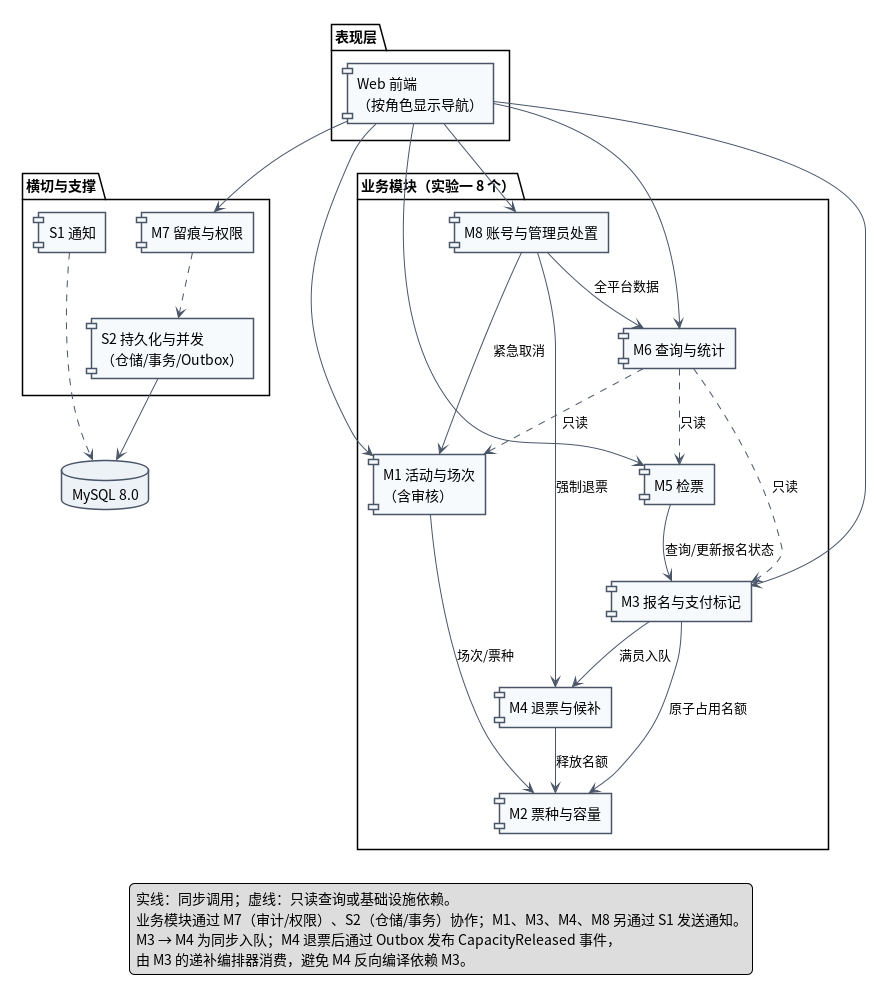
Lewis-44-China/se-lab1-requirements keeps this PlantUML diagram as lab2/UML/UML组件图.png. Above is the earlier version. Its diagram source:
```plantuml
@startuml
skinparam componentStyle rectangle
skinparam defaultFontName "Noto Sans CJK SC"
skinparam shadowing false
skinparam packageStyle rectangle
skinparam ArrowColor #4A5568
skinparam nodesep 35
skinparam ranksep 45
skinparam component {
  BackgroundColor #F7FAFC
  BorderColor #4A5568
}
skinparam database {
  BackgroundColor #EDF2F7
  BorderColor #4A5568
}

package "表现层" {
  [Web 前端\n（按角色显示导航）] as Web
}

package "业务模块（实验一 8 个）" {
  [M1 活动与场次\n（含审核）] as M1
  [M2 票种与容量] as M2
  [M3 报名与支付标记] as M3
  [M4 退票与候补] as M4
  [M5 检票] as M5
  [M6 查询与统计] as M6
  [M8 账号与管理员处置] as M8
}

package "横切与支撑" {
  [M7 留痕与权限] as M7
  [S1 通知] as S1
  [S2 持久化与并发\n（仓储/事务/Outbox）] as S2
}

database "MySQL 8.0" as DB

Web --> M1
Web --> M3
Web --> M5
Web --> M6
Web --> M7
Web --> M8

M1 --> M2 : 场次/票种
M3 --> M2 : 原子占用名额
M3 --> M4 : 满员入队
M4 --> M2 : 释放名额
M5 --> M3 : 查询/更新报名状态
M8 --> M1 : 紧急取消
M8 --> M4 : 强制退票
M8 --> M6 : 全平台数据

M6 ..> M1 : 只读
M6 ..> M3 : 只读
M6 ..> M5 : 只读

M7 ..> S2
S1 ..> DB
S2 --> DB

legend bottom
  实线：同步调用；虚线：只读查询或基础设施依赖。
  业务模块通过 M7（审计/权限）、S2（仓储/事务）协作；M1、M3、M4、M8 另通过 S1 发送通知。
  M3 → M4 为同步入队；M4 退票后通过 Outbox 发布 CapacityReleased 事件，
  由 M3 的递补编排器消费，避免 M4 反向编译依赖 M3。
endlegend

@enduml
```
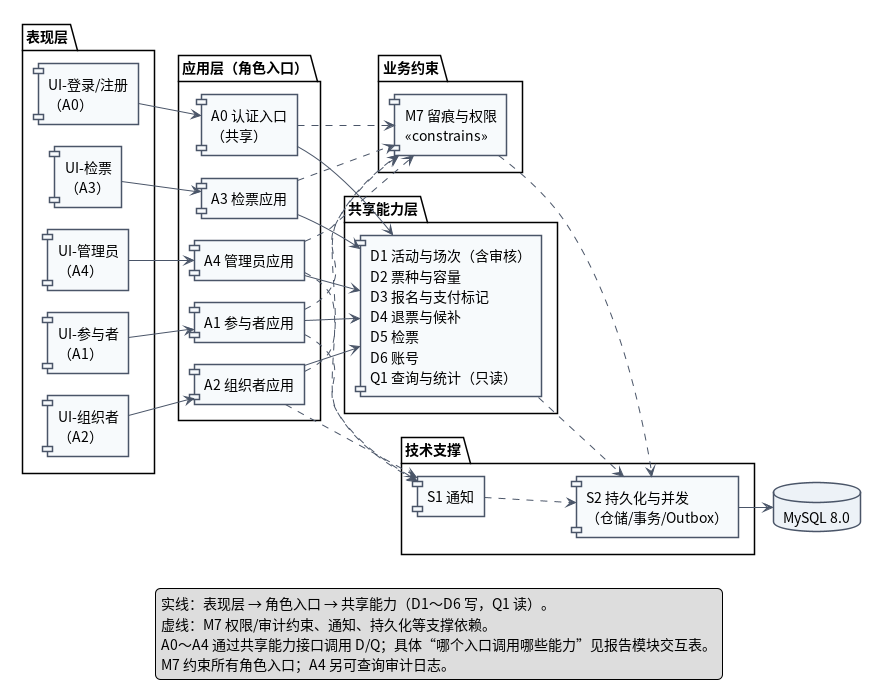
The same diagram one commit later.

Commit message:
lab2: 按角色入口与共享能力重构组件图

Change to the diagram source:
```diff
@@ -1,11 +1,12 @@
-@startuml
+@startuml UML组件图
+left to right direction
 skinparam componentStyle rectangle
 skinparam defaultFontName "Noto Sans CJK SC"
 skinparam shadowing false
 skinparam packageStyle rectangle
 skinparam ArrowColor #4A5568
-skinparam nodesep 35
-skinparam ranksep 45
+skinparam nodesep 22
+skinparam ranksep 35
 skinparam component {
   BackgroundColor #F7FAFC
   BorderColor #4A5568
@@ -16,56 +17,62 @@
 }
 
 package "表现层" {
-  [Web 前端\n（按角色显示导航）] as Web
+  [UI-登录/注册\n（A0）] as U0
+  [UI-参与者\n（A1）] as U1
+  [UI-组织者\n（A2）] as U2
+  [UI-检票\n（A3）] as U3
+  [UI-管理员\n（A4）] as U4
 }
-
-package "业务模块（实验一 8 个）" {
-  [M1 活动与场次\n（含审核）] as M1
-  [M2 票种与容量] as M2
-  [M3 报名与支付标记] as M3
-  [M4 退票与候补] as M4
-  [M5 检票] as M5
-  [M6 查询与统计] as M6
-  [M8 账号与管理员处置] as M8
+package "应用层（角色入口）" {
+  [A0 认证入口\n（共享）] as A0
+  [A1 参与者应用] as A1
+  [A2 组织者应用] as A2
+  [A3 检票应用] as A3
+  [A4 管理员应用] as A4
 }
-
-package "横切与支撑" {
-  [M7 留痕与权限] as M7
+package "业务约束" {
+  [M7 留痕与权限\n<<constrains>>] as M7
+}
+package "共享能力层" {
+  [D1 活动与场次（含审核）\nD2 票种与容量\nD3 报名与支付标记\nD4 退票与候补\nD5 检票\nD6 账号\nQ1 查询与统计（只读）] as CAP
+}
+package "技术支撑" {
   [S1 通知] as S1
   [S2 持久化与并发\n（仓储/事务/Outbox）] as S2
 }
-
 database "MySQL 8.0" as DB
 
-Web --> M1
-Web --> M3
-Web --> M5
-Web --> M6
-Web --> M7
-Web --> M8
+U0 --> A0
+U1 --> A1
+U2 --> A2
+U3 --> A3
+U4 --> A4
 
-M1 --> M2 : 场次/票种
-M3 --> M2 : 原子占用名额
-M3 --> M4 : 满员入队
-M4 --> M2 : 释放名额
-M5 --> M3 : 查询/更新报名状态
-M8 --> M1 : 紧急取消
-M8 --> M4 : 强制退票
-M8 --> M6 : 全平台数据
+A0 --> CAP
+A1 --> CAP
+A2 --> CAP
+A3 --> CAP
+A4 --> CAP
 
-M6 ..> M1 : 只读
-M6 ..> M3 : 只读
-M6 ..> M5 : 只读
+A0 ..> M7
+A1 ..> M7
+A2 ..> M7
+A3 ..> M7
+A4 ..> M7
 
+A1 ..> S1
+A2 ..> S1
+A4 ..> S1
+CAP ..> S2
 M7 ..> S2
-S1 ..> DB
+S1 ..> S2
 S2 --> DB
 
 legend bottom
-  实线：同步调用；虚线：只读查询或基础设施依赖。
-  业务模块通过 M7（审计/权限）、S2（仓储/事务）协作；M1、M3、M4、M8 另通过 S1 发送通知。
-  M3 → M4 为同步入队；M4 退票后通过 Outbox 发布 CapacityReleased 事件，
-  由 M3 的递补编排器消费，避免 M4 反向编译依赖 M3。
+  实线：表现层 → 角色入口 → 共享能力（D1～D6 写，Q1 读）。
+  虚线：M7 权限/审计约束、通知、持久化等支撑依赖。
+  A0～A4 通过共享能力接口调用 D/Q；具体“哪个入口调用哪些能力”见报告模块交互表。
+  M7 约束所有角色入口；A4 另可查询审计日志。
 endlegend
 
 @enduml
```
